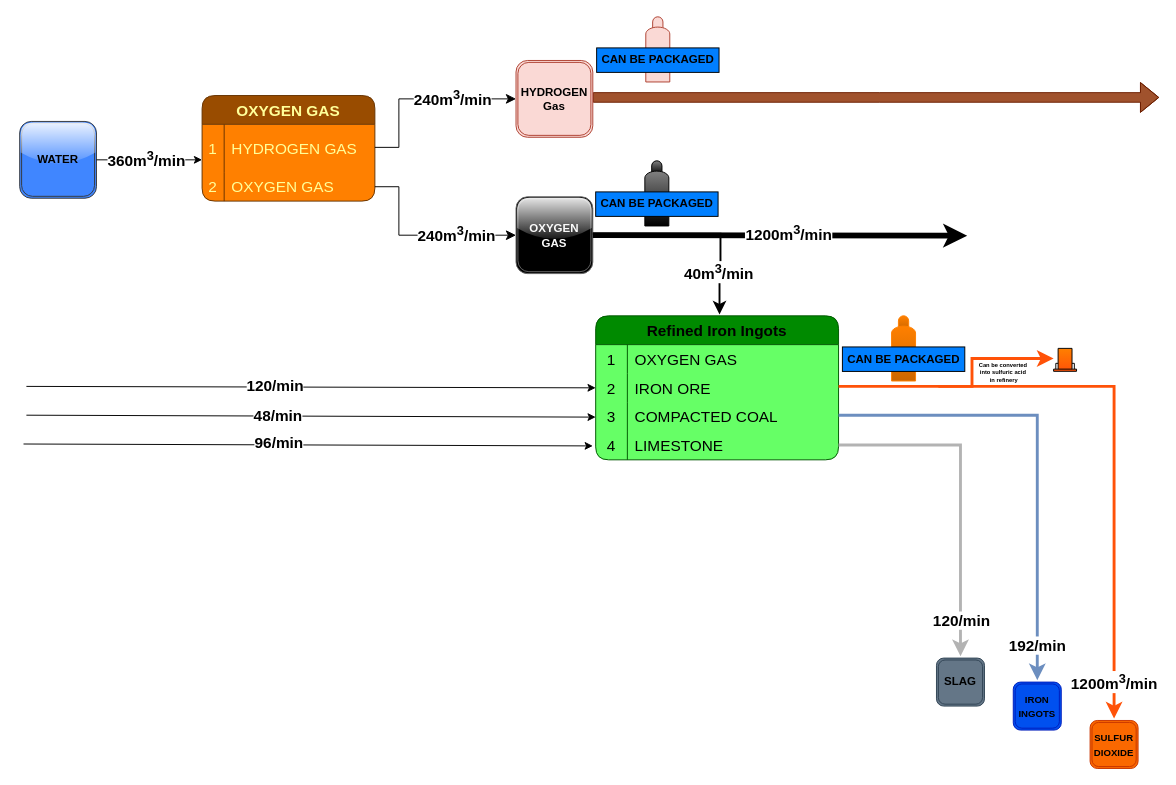
This is Untitled Diagram.drawio from xXdrewbaccaXx/Images, a draw.io file, before an edit. Source tidied: cells renumbered, new cells numbered last; positions are measured from the earlier drawing's top-left corner, leaving out a move shared by most shapes. Both pictures are drawn from the tidied source at 96%, with x=0, y=0 at pixel (19, 16).
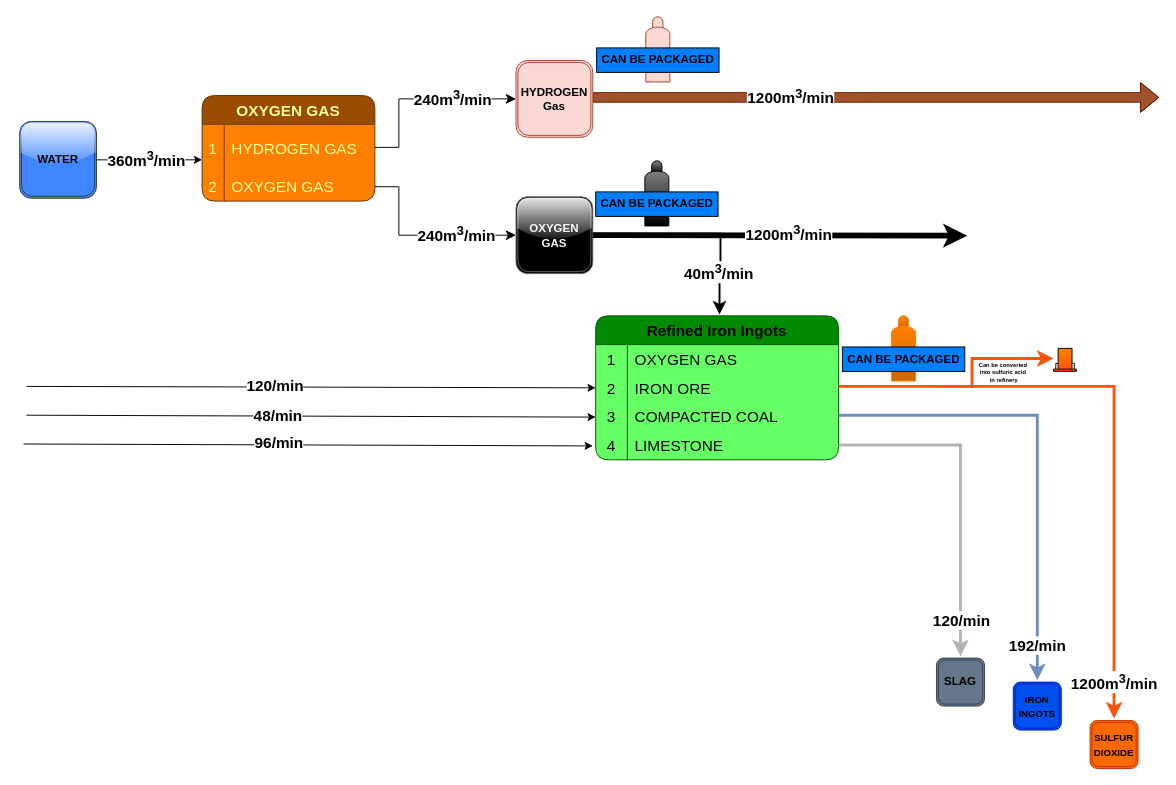
Above is the later version.

Unchanged cells that the change refers to:
```xml
<mxCell id="2" style="elbow=horizontal;endArrow=classic;html=1;rounded=0;shape=flexArrow;edgeStyle=orthogonalEdgeStyle;fillColor=#a0522d;strokeColor=#6D1F00;" parent="1" edge="1">
  <mxGeometry relative="1" as="geometry">
    <mxPoint x="597" y="84" as="sourcePoint" />
    <mxPoint x="1187" y="84" as="targetPoint" />
    <Array as="points">
      <mxPoint x="896" y="84" />
    </Array>
  </mxGeometry>
</mxCell>
```

Diff of the diagram source:
```diff
@@
+    <mxCell id="60" value="&lt;b style=&quot;font-size: 16px;&quot;&gt;1200m&lt;font style=&quot;font-size: 16px;&quot;&gt;&lt;sup&gt;3&lt;/sup&gt;&lt;/font&gt;/min&lt;/b&gt;" style="edgeLabel;html=1;align=center;verticalAlign=middle;" parent="2" vertex="1">
+      <mxGeometry x="-0.31" y="2" relative="1" as="geometry">
+        <mxPoint x="1" as="offset" />
+      </mxGeometry>
+    </mxCell>
```
